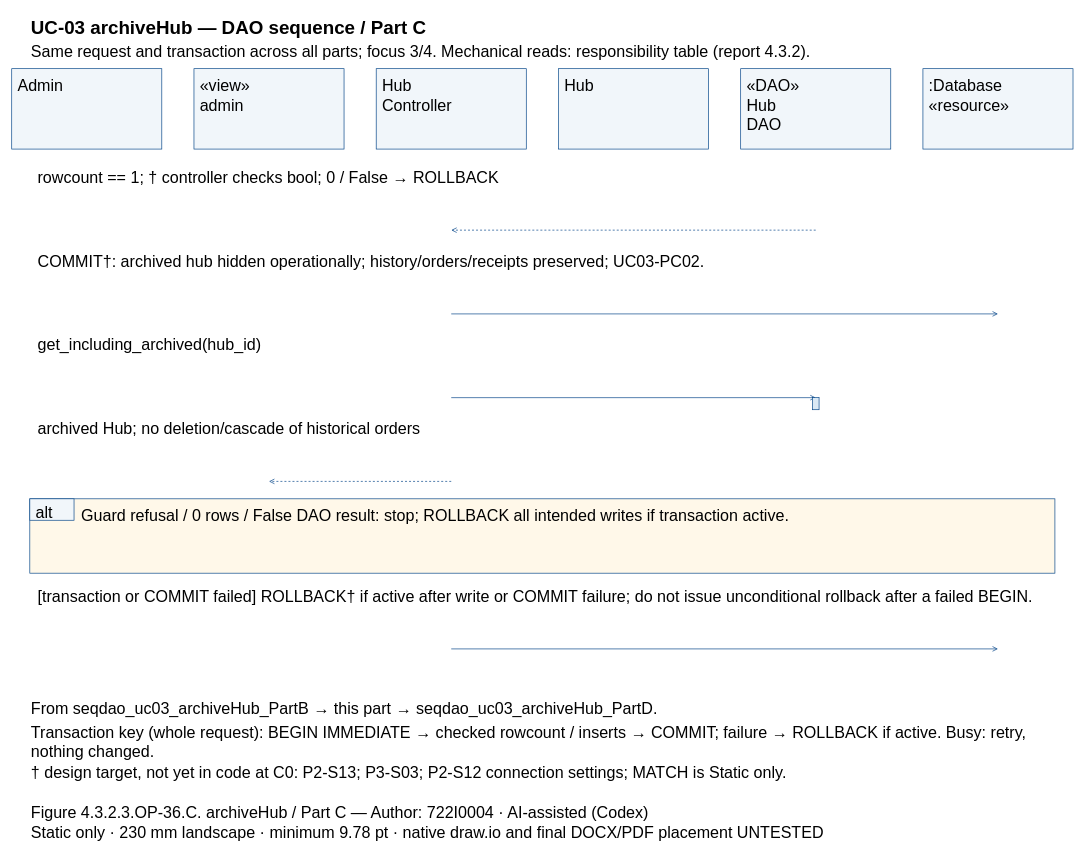
Earlier version of the draw.io diagram models/UC-03/seqdao_uc03_archiveHub_PartC.drawio (Dat071104/SaigonBite). Source tidied: cells renumbered, new cells numbered last; positions are measured from the earlier drawing's top-left corner, leaving out a move shared by most shapes. Both pictures are drawn from the tidied source at 67%, with x=0, y=0 at pixel (11, 11).
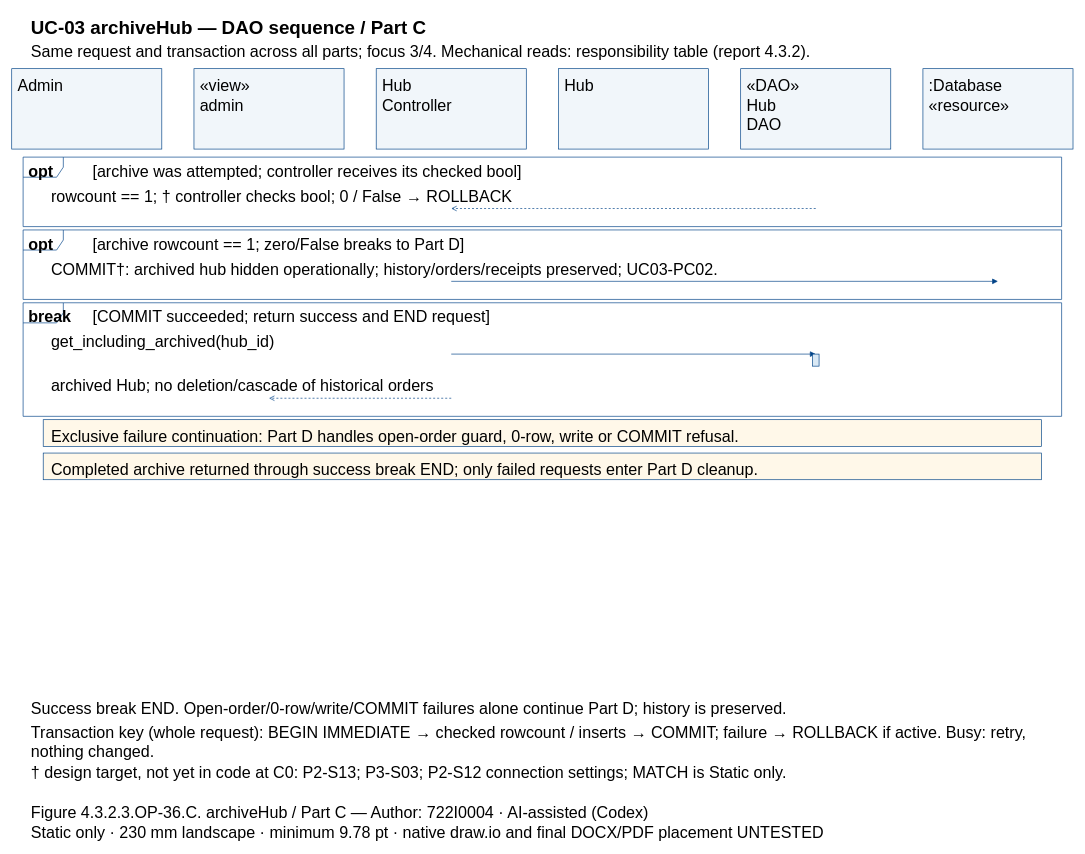
The same page after the edit.

The edit, as a diff of the source:
```diff
@@
+    <mxCell id="46" style="shape=umlFrame;fillColor=none;strokeColor=#004387;" parent="1" vertex="1">
+      <mxGeometry x="17" y="217" width="1550" height="103.7" as="geometry" />
+    </mxCell>
+    <mxCell id="47" style="shape=umlFrame;fillColor=none;strokeColor=#004387;" parent="1" vertex="1">
+      <mxGeometry x="17" y="325.7" width="1550" height="103.7" as="geometry" />
+    </mxCell>
+    <mxCell id="48" style="shape=umlFrame;fillColor=none;strokeColor=#004387;" parent="1" vertex="1">
+      <mxGeometry x="17" y="434.4" width="1550" height="169.5" as="geometry" />
+    </mxCell>
@@
-    <mxCell id="13" value="«DAO»&#10;Hub&#10;DAO" style="text;html=0;whiteSpace=wrap;align=left;verticalAlign=top;strokeColor=none;fillColor=none;fontFamily=Arial;fontSize=24;fontStyle=0;" parent="1" vertex="1">
-      <mxGeometry x="1095" y="90" width="210" height="83.5" as="geometry" />
-    </mxCell>
+    <mxCell id="16" value="«DAO»&#10;Hub&#10;DAO" style="text;html=0;whiteSpace=wrap;align=left;verticalAlign=top;strokeColor=none;fillColor=none;fontFamily=Arial;fontSize=24;fontStyle=0;" parent="1" vertex="1">
+      <mxGeometry x="1095" y="90" width="210" height="83.5" as="geometry" />
+    </mxCell>
@@
-    <mxCell id="15" value=":Database&#10;«resource»" style="text;html=0;whiteSpace=wrap;align=left;verticalAlign=top;strokeColor=none;fillColor=none;fontFamily=Arial;fontSize=24;fontStyle=0;" parent="1" vertex="1">
-      <mxGeometry x="1367" y="90" width="210" height="55.7" as="geometry" />
-    </mxCell>
-    <mxCell id="16" value="rowcount == 1; † controller checks bool; 0 / False → ROLLBACK" style="text;html=0;whiteSpace=wrap;align=left;verticalAlign=top;strokeColor=none;fillColor=none;fontFamily=Arial;fontSize=24;fontStyle=0;" parent="1" vertex="1">
-      <mxGeometry x="37" y="227" width="1510" height="27.8" as="geometry" />
-    </mxCell>
+    <mxCell id="20" value=":Database&#10;«resource»" style="text;html=0;whiteSpace=wrap;align=left;verticalAlign=top;strokeColor=none;fillColor=none;fontFamily=Arial;fontSize=24;fontStyle=0;" parent="1" vertex="1">
+      <mxGeometry x="1367" y="90" width="210" height="55.7" as="geometry" />
+    </mxCell>
+    <mxCell id="49" value="opt" style="text;html=0;whiteSpace=wrap;align=left;verticalAlign=top;strokeColor=none;fillColor=none;fontFamily=Arial;fontSize=24;fontStyle=1;" parent="1" vertex="1">
+      <mxGeometry x="23" y="218" width="84" height="27.8" as="geometry" />
+    </mxCell>
+    <mxCell id="50" value="[archive was attempted; controller receives its checked bool]" style="text;html=0;whiteSpace=wrap;align=left;verticalAlign=top;strokeColor=none;fillColor=none;fontFamily=Arial;fontSize=24;fontStyle=0;" parent="1" vertex="1">
+      <mxGeometry x="119" y="218" width="1438" height="27.8" as="geometry" />
+    </mxCell>
+    <mxCell id="51" value="opt" style="text;html=0;whiteSpace=wrap;align=left;verticalAlign=top;strokeColor=none;fillColor=none;fontFamily=Arial;fontSize=24;fontStyle=1;" parent="1" vertex="1">
+      <mxGeometry x="23" y="326.7" width="84" height="27.8" as="geometry" />
+    </mxCell>
+    <mxCell id="52" value="[archive rowcount == 1; zero/False breaks to Part D]" style="text;html=0;whiteSpace=wrap;align=left;verticalAlign=top;strokeColor=none;fillColor=none;fontFamily=Arial;fontSize=24;fontStyle=0;" parent="1" vertex="1">
+      <mxGeometry x="119" y="326.7" width="1438" height="27.8" as="geometry" />
+    </mxCell>
+    <mxCell id="53" value="break" style="text;html=0;whiteSpace=wrap;align=left;verticalAlign=top;strokeColor=none;fillColor=none;fontFamily=Arial;fontSize=24;fontStyle=1;" parent="1" vertex="1">
+      <mxGeometry x="23" y="435.4" width="84" height="27.8" as="geometry" />
+    </mxCell>
+    <mxCell id="54" value="[COMMIT succeeded; return success and END request]" style="text;html=0;whiteSpace=wrap;align=left;verticalAlign=top;strokeColor=none;fillColor=none;fontFamily=Arial;fontSize=24;fontStyle=0;" parent="1" vertex="1">
+      <mxGeometry x="119" y="435.4" width="1438" height="27.8" as="geometry" />
+    </mxCell>
+    <mxCell id="55" value="rowcount == 1; † controller checks bool; 0 / False → ROLLBACK" style="text;html=0;whiteSpace=wrap;align=left;verticalAlign=top;strokeColor=none;fillColor=none;fontFamily=Arial;fontSize=24;fontStyle=0;" parent="1" vertex="1">
+      <mxGeometry x="57" y="254.8" width="1470" height="27.8" as="geometry" />
+    </mxCell>
     <mxCell id="17" style="opacity=0;" parent="1" vertex="1">
-      <mxGeometry x="1200" y="326" as="geometry" />
+      <mxGeometry x="1200" y="293.7" as="geometry" />
     </mxCell>
     <mxCell id="18" style="opacity=0;" parent="1" vertex="1">
-      <mxGeometry x="656" y="326" as="geometry" />
+      <mxGeometry x="656" y="293.7" as="geometry" />
     </mxCell>
-    <mxCell id="19" style="edgeStyle=none;endArrow=open;strokeColor=#004387;dashed=1;exitX=0.5;entryX=0.5;exitPerimeter=0;entryPerimeter=0;" parent="1" edge="1" source="17" target="18">
+    <mxCell id="19" style="edgeStyle=none;endArrow=open;endFill=0;strokeColor=#004387;dashed=1;exitX=0.5;entryX=0.5;exitPerimeter=0;entryPerimeter=0;" parent="1" edge="1" source="17" target="18">
       <mxGeometry relative="1" as="geometry" />
     </mxCell>
-    <mxCell id="20" value="COMMIT†: archived hub hidden operationally; history/orders/receipts preserved; UC03-PC02." style="text;html=0;whiteSpace=wrap;align=left;verticalAlign=top;strokeColor=none;fillColor=none;fontFamily=Arial;fontSize=24;fontStyle=0;" parent="1" vertex="1">
-      <mxGeometry x="37" y="352" width="1510" height="27.8" as="geometry" />
-    </mxCell>
+    <mxCell id="35" value="COMMIT†: archived hub hidden operationally; history/orders/receipts preserved; UC03-PC02." style="text;html=0;whiteSpace=wrap;align=left;verticalAlign=top;strokeColor=none;fillColor=none;fontFamily=Arial;fontSize=24;fontStyle=0;" parent="1" vertex="1">
+      <mxGeometry x="57" y="363.5" width="1470" height="27.8" as="geometry" />
+    </mxCell>
     <mxCell id="21" style="opacity=0;" parent="1" vertex="1">
-      <mxGeometry x="656" y="451" as="geometry" />
+      <mxGeometry x="656" y="402.4" as="geometry" />
     </mxCell>
     <mxCell id="22" style="opacity=0;" parent="1" vertex="1">
-      <mxGeometry x="1472" y="451" as="geometry" />
+      <mxGeometry x="1472" y="402.4" as="geometry" />
     </mxCell>
-    <mxCell id="23" style="edgeStyle=none;endArrow=open;strokeColor=#004387;exitX=0.5;entryX=0.5;exitPerimeter=0;entryPerimeter=0;" parent="1" edge="1" source="21" target="22">
+    <mxCell id="23" style="edgeStyle=none;endArrow=block;endFill=1;strokeColor=#004387;exitX=0.5;entryX=0.5;exitPerimeter=0;entryPerimeter=0;" parent="1" edge="1" source="21" target="22">
       <mxGeometry relative="1" as="geometry" />
     </mxCell>
-    <mxCell id="24" value="get_including_archived(hub_id)" style="text;html=0;whiteSpace=wrap;align=left;verticalAlign=top;strokeColor=none;fillColor=none;fontFamily=Arial;fontSize=24;fontStyle=0;" parent="1" vertex="1">
-      <mxGeometry x="37" y="477" width="1510" height="27.8" as="geometry" />
-    </mxCell>
+    <mxCell id="37" value="get_including_archived(hub_id)" style="text;html=0;whiteSpace=wrap;align=left;verticalAlign=top;strokeColor=none;fillColor=none;fontFamily=Arial;fontSize=24;fontStyle=0;" parent="1" vertex="1">
+      <mxGeometry x="57" y="472.2" width="1470" height="27.8" as="geometry" />
+    </mxCell>
     <mxCell id="25" style="opacity=0;" parent="1" vertex="1">
-      <mxGeometry x="656" y="576" as="geometry" />
+      <mxGeometry x="656" y="511" as="geometry" />
     </mxCell>
     <mxCell id="26" style="opacity=0;" parent="1" vertex="1">
-      <mxGeometry x="1200" y="576" as="geometry" />
+      <mxGeometry x="1200" y="511" as="geometry" />
     </mxCell>
-    <mxCell id="27" style="edgeStyle=none;endArrow=open;strokeColor=#004387;exitX=0.5;entryX=0.5;exitPerimeter=0;entryPerimeter=0;" parent="1" edge="1" source="25" target="26">
+    <mxCell id="27" style="edgeStyle=none;endArrow=block;endFill=1;strokeColor=#004387;exitX=0.5;entryX=0.5;exitPerimeter=0;entryPerimeter=0;" parent="1" edge="1" source="25" target="26">
       <mxGeometry relative="1" as="geometry" />
     </mxCell>
-    <mxCell id="28" style="fillColor=#DAE9F5;strokeColor=#004387;" parent="1" vertex="1">
-      <mxGeometry x="1195" y="576" width="10" height="18" as="geometry" />
-    </mxCell>
-    <mxCell id="29" value="archived Hub; no deletion/cascade of historical orders" style="text;html=0;whiteSpace=wrap;align=left;verticalAlign=top;strokeColor=none;fillColor=none;fontFamily=Arial;fontSize=24;fontStyle=0;" parent="1" vertex="1">
-      <mxGeometry x="37" y="602" width="1510" height="27.8" as="geometry" />
-    </mxCell>
+    <mxCell id="56" style="fillColor=#DAE9F5;strokeColor=#004387;" parent="1" vertex="1">
+      <mxGeometry x="1195" y="511" width="10" height="18" as="geometry" />
+    </mxCell>
+    <mxCell id="42" value="archived Hub; no deletion/cascade of historical orders" style="text;html=0;whiteSpace=wrap;align=left;verticalAlign=top;strokeColor=none;fillColor=none;fontFamily=Arial;fontSize=24;fontStyle=0;" parent="1" vertex="1">
+      <mxGeometry x="57" y="538" width="1470" height="27.8" as="geometry" />
+    </mxCell>
     <mxCell id="30" style="opacity=0;" parent="1" vertex="1">
-      <mxGeometry x="656" y="701" as="geometry" />
+      <mxGeometry x="656" y="576.9" as="geometry" />
     </mxCell>
     <mxCell id="31" style="opacity=0;" parent="1" vertex="1">
-      <mxGeometry x="384" y="701" as="geometry" />
+      <mxGeometry x="384" y="576.9" as="geometry" />
     </mxCell>
-    <mxCell id="32" style="edgeStyle=none;endArrow=open;strokeColor=#004387;dashed=1;exitX=0.5;entryX=0.5;exitPerimeter=0;entryPerimeter=0;" parent="1" edge="1" source="30" target="31">
+    <mxCell id="32" style="edgeStyle=none;endArrow=open;endFill=0;strokeColor=#004387;dashed=1;exitX=0.5;entryX=0.5;exitPerimeter=0;entryPerimeter=0;" parent="1" edge="1" source="30" target="31">
       <mxGeometry relative="1" as="geometry" />
     </mxCell>
-    <mxCell id="33" style="fillColor=#FFF8E9;strokeColor=#004387;" parent="1" vertex="1">
-      <mxGeometry x="27" y="727" width="1530" height="111" as="geometry" />
-    </mxCell>
-    <mxCell id="34" style="fillColor=#F1F6FA;strokeColor=#004387;" parent="1" vertex="1">
-      <mxGeometry x="27" y="727" width="66" height="32" as="geometry" />
-    </mxCell>
-    <mxCell id="35" value="alt" style="text;html=0;whiteSpace=wrap;align=left;verticalAlign=top;strokeColor=none;fillColor=none;fontFamily=Arial;fontSize=24;fontStyle=0;" parent="1" vertex="1">
-      <mxGeometry x="34" y="727" width="56" height="27.8" as="geometry" />
-    </mxCell>
-    <mxCell id="36" value="Guard refusal / 0 rows / False DAO result: stop; ROLLBACK all intended writes if transaction active." style="text;html=0;whiteSpace=wrap;align=left;verticalAlign=top;strokeColor=none;fillColor=none;fontFamily=Arial;fontSize=24;fontStyle=0;" parent="1" vertex="1">
-      <mxGeometry x="102" y="732" width="1440" height="27.8" as="geometry" />
-    </mxCell>
-    <mxCell id="37" value="[transaction or COMMIT failed] ROLLBACK† if active after write or COMMIT failure; do not issue unconditional rollback after a failed BEGIN." style="text;html=0;whiteSpace=wrap;align=left;verticalAlign=top;strokeColor=none;fillColor=none;fontFamily=Arial;fontSize=24;fontStyle=0;" parent="1" vertex="1">
-      <mxGeometry x="37" y="852" width="1510" height="27.8" as="geometry" />
-    </mxCell>
-    <mxCell id="38" style="opacity=0;" parent="1" vertex="1">
-      <mxGeometry x="656" y="951" as="geometry" />
-    </mxCell>
-    <mxCell id="39" style="opacity=0;" parent="1" vertex="1">
-      <mxGeometry x="1472" y="951" as="geometry" />
-    </mxCell>
-    <mxCell id="40" style="edgeStyle=none;endArrow=open;strokeColor=#004387;exitX=0.5;entryX=0.5;exitPerimeter=0;entryPerimeter=0;" parent="1" edge="1" source="38" target="39">
-      <mxGeometry relative="1" as="geometry" />
-    </mxCell>
-    <mxCell id="41" value="From seqdao_uc03_archiveHub_PartB → this part → seqdao_uc03_archiveHub_PartD." style="text;html=0;whiteSpace=wrap;align=left;verticalAlign=top;strokeColor=none;fillColor=none;fontFamily=Arial;fontSize=24;fontStyle=0;" parent="1" vertex="1">
-      <mxGeometry x="27" y="1020" width="1530" height="27.8" as="geometry" />
-    </mxCell>
-    <mxCell id="42" value="Transaction key (whole request): BEGIN IMMEDIATE → checked rowcount / inserts → COMMIT; failure → ROLLBACK if active. Busy: retry,&#10;nothing changed." style="text;html=0;whiteSpace=wrap;align=left;verticalAlign=top;strokeColor=none;fillColor=none;fontFamily=Arial;fontSize=24;fontStyle=0;" parent="1" vertex="1">
-      <mxGeometry x="27" y="1055" width="1530" height="55.7" as="geometry" />
-    </mxCell>
+    <mxCell id="57" style="fillColor=#FFF8E9;strokeColor=#004387;" parent="1" vertex="1">
+      <mxGeometry x="47" y="608.9" width="1490" height="39.8" as="geometry" />
+    </mxCell>
+    <mxCell id="45" value="Exclusive failure continuation: Part D handles open-order guard, 0-row, write or COMMIT refusal." style="text;html=0;whiteSpace=wrap;align=left;verticalAlign=top;strokeColor=none;fillColor=none;fontFamily=Arial;fontSize=24;fontStyle=0;" parent="1" vertex="1">
+      <mxGeometry x="57" y="612.9" width="1470" height="27.8" as="geometry" />
+    </mxCell>
+    <mxCell id="58" style="fillColor=#FFF8E9;strokeColor=#004387;" parent="1" vertex="1">
+      <mxGeometry x="47" y="658.7" width="1490" height="39.8" as="geometry" />
+    </mxCell>
+    <mxCell id="59" value="Completed archive returned through success break END; only failed requests enter Part D cleanup." style="text;html=0;whiteSpace=wrap;align=left;verticalAlign=top;strokeColor=none;fillColor=none;fontFamily=Arial;fontSize=24;fontStyle=0;" parent="1" vertex="1">
+      <mxGeometry x="57" y="662.7" width="1470" height="27.8" as="geometry" />
+    </mxCell>
+    <mxCell id="60" value="Success break END. Open-order/0-row/write/COMMIT failures alone continue Part D; history is preserved." style="text;html=0;whiteSpace=wrap;align=left;verticalAlign=top;strokeColor=none;fillColor=none;fontFamily=Arial;fontSize=24;fontStyle=0;" parent="1" vertex="1">
+      <mxGeometry x="27" y="1020" width="1530" height="27.8" as="geometry" />
+    </mxCell>
+    <mxCell id="61" value="Transaction key (whole request): BEGIN IMMEDIATE → checked rowcount / inserts → COMMIT; failure → ROLLBACK if active. Busy: retry,&#10;nothing changed." style="text;html=0;whiteSpace=wrap;align=left;verticalAlign=top;strokeColor=none;fillColor=none;fontFamily=Arial;fontSize=24;fontStyle=0;" parent="1" vertex="1">
+      <mxGeometry x="27" y="1055" width="1530" height="55.7" as="geometry" />
+    </mxCell>
@@
-    <mxCell id="45" value="Static only · 230 mm landscape · minimum 9.78 pt · native draw.io and final DOCX/PDF placement UNTESTED" style="text;html=0;whiteSpace=wrap;align=left;verticalAlign=top;strokeColor=none;fillColor=none;fontFamily=Arial;fontSize=24;fontStyle=0;" parent="1" vertex="1">
-      <mxGeometry x="27" y="1205" width="1530" height="27.8" as="geometry" />
-    </mxCell>
+    <mxCell id="62" value="Static only · 230 mm landscape · minimum 9.78 pt · native draw.io and final DOCX/PDF placement UNTESTED" style="text;html=0;whiteSpace=wrap;align=left;verticalAlign=top;strokeColor=none;fillColor=none;fontFamily=Arial;fontSize=24;fontStyle=0;" parent="1" vertex="1">
+      <mxGeometry x="27" y="1205" width="1530" height="27.8" as="geometry" />
+    </mxCell>
```
